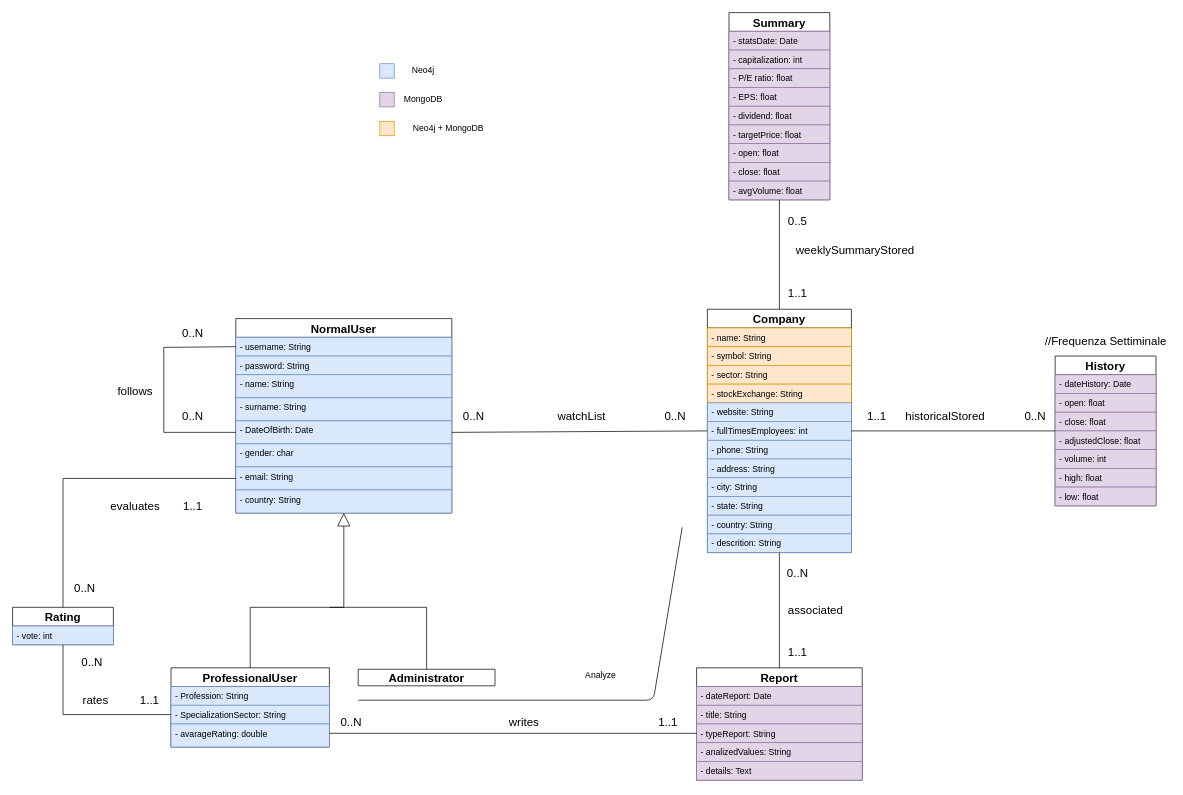
The draw.io diagram page "Page-2" (2 of 2) of Diagrammi/ClassesDiagram.drawio in Matteo-Castrignano/CompaniesDiscoveryApplications, before the edit. Source tidied: cells renumbered, new cells numbered last; positions are measured from the earlier drawing's top-left corner, leaving out a move shared by most shapes. Both pictures are drawn from the tidied source at 72%, with x=0, y=0 at pixel (12, 12).
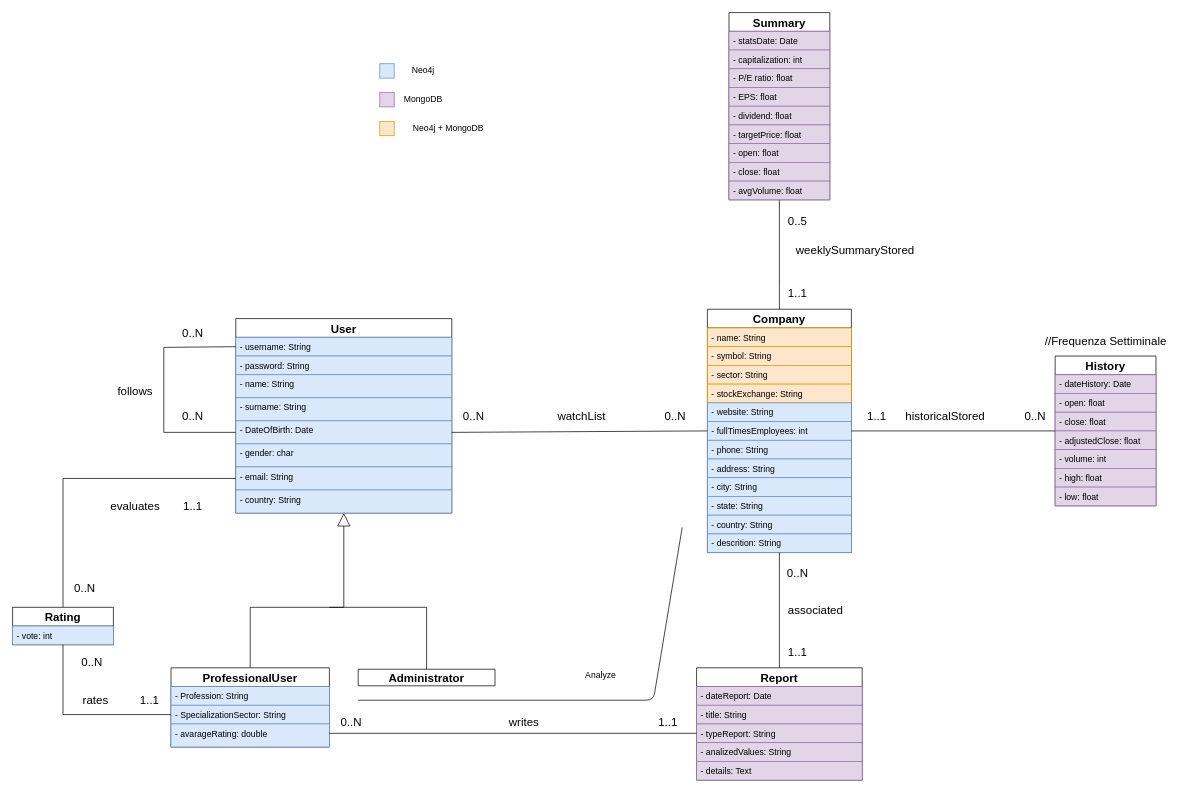
After the change.

Diff of the diagram source:
```diff
@@
-    <mxCell id="2" value="NormalUser" style="swimlane;fontStyle=1;horizontal=1;startSize=26;fontSize=16;" parent="1" vertex="1">
+    <mxCell id="2" value="User" style="swimlane;fontStyle=1;horizontal=1;startSize=26;fontSize=16;" parent="1" vertex="1">
       <mxGeometry x="310" y="425" width="300" height="270" as="geometry" />
     </mxCell>
```
